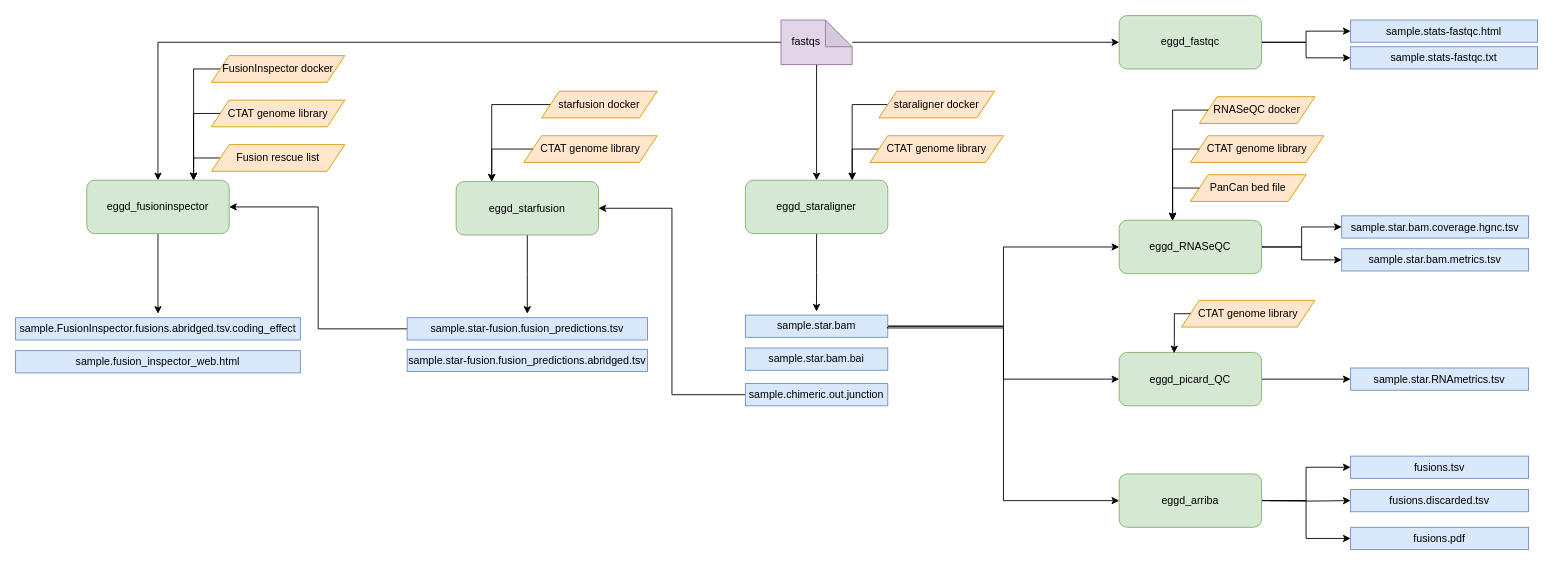
Before: images/pancan_workflow.drawio in eastgenomics/eggd_eunomia_workflow, a draw.io diagram. Source tidied: cells renumbered, new cells numbered last; positions are measured from the earlier drawing's top-left corner, leaving out a move shared by most shapes. Both pictures are drawn from the tidied source at 89%, with x=0, y=0 at pixel (15, 15).
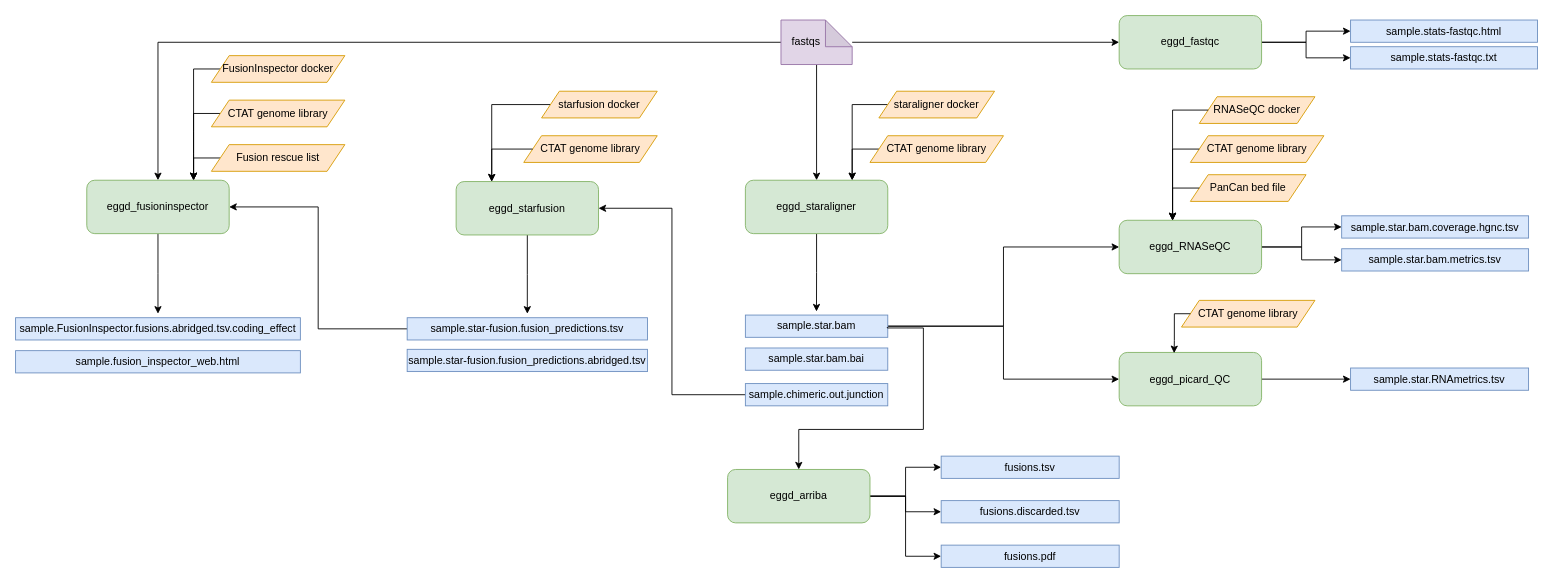
The same diagram, later.

Commit message (it also covers changes not shown here):
updated eunomia workflow images

Diff of the diagram source:
```diff
@@
-    <mxCell id="59" style="edgeStyle=orthogonalEdgeStyle;rounded=0;jettySize=auto;html=1;" parent="1" edge="1" target="64">
-      <mxGeometry relative="1" as="geometry">
-        <mxPoint x="1410" y="545" as="sourcePoint" />
-      </mxGeometry>
-    </mxCell>
@@
+    <mxCell id="66" style="edgeStyle=orthogonalEdgeStyle;rounded=0;jettySize=auto;html=1;exitX=1;exitY=0.5;exitDx=0;exitDy=0;entryX=0;entryY=0.5;entryDx=0;entryDy=0;" parent="1" edge="1" source="61" target="64">
+      <mxGeometry relative="1" as="geometry" />
+    </mxCell>
     <mxCell id="61" value="eggd_arriba" style="rounded=1;whiteSpace=wrap;html=1;fillColor=#d5e8d4;strokeColor=#82b366;" parent="1" vertex="1">
-      <mxGeometry x="1240" y="515" width="160" height="60" as="geometry" />
+      <mxGeometry x="800" y="510" width="160" height="60" as="geometry" />
     </mxCell>
-    <mxCell id="62" style="edgeStyle=orthogonalEdgeStyle;rounded=0;jettySize=auto;html=1;entryX=0;entryY=0.5;entryDx=0;entryDy=0;" parent="1" edge="1" target="61">
+    <mxCell id="62" style="edgeStyle=orthogonalEdgeStyle;rounded=0;jettySize=auto;html=1;entryX=0.5;entryY=0;entryDx=0;entryDy=0;" parent="1" edge="1" target="61">
       <mxGeometry relative="1" as="geometry">
         <mxPoint x="979.5" y="350" as="sourcePoint" />
         <Array as="points">
           <mxPoint x="980" y="351" />
-          <mxPoint x="1110" y="351" />
-          <mxPoint x="1110" y="545" />
+          <mxPoint x="1020" y="351" />
+          <mxPoint x="1020" y="465" />
+          <mxPoint x="880" y="465" />
         </Array>
       </mxGeometry>
     </mxCell>
     <mxCell id="63" value="fusions.tsv" style="rounded=0;whiteSpace=wrap;html=1;fillColor=#dae8fc;strokeColor=#6c8ebf;" parent="1" vertex="1">
-      <mxGeometry x="1500" y="495" width="200" height="25" as="geometry" />
+      <mxGeometry x="1040" y="495" width="200" height="25" as="geometry" />
     </mxCell>
     <mxCell id="64" value="fusions.discarded.tsv" style="rounded=0;whiteSpace=wrap;html=1;fillColor=#dae8fc;strokeColor=#6c8ebf;" parent="1" vertex="1">
-      <mxGeometry x="1500" y="532.5" width="200" height="25" as="geometry" />
+      <mxGeometry x="1040" y="545" width="200" height="25" as="geometry" />
     </mxCell>
     <mxCell id="65" value="fusions.pdf" style="rounded=0;whiteSpace=wrap;html=1;fillColor=#dae8fc;strokeColor=#6c8ebf;" parent="1" vertex="1">
-      <mxGeometry x="1500" y="575" width="200" height="25" as="geometry" />
+      <mxGeometry x="1040" y="595" width="200" height="25" as="geometry" />
     </mxCell>
```
